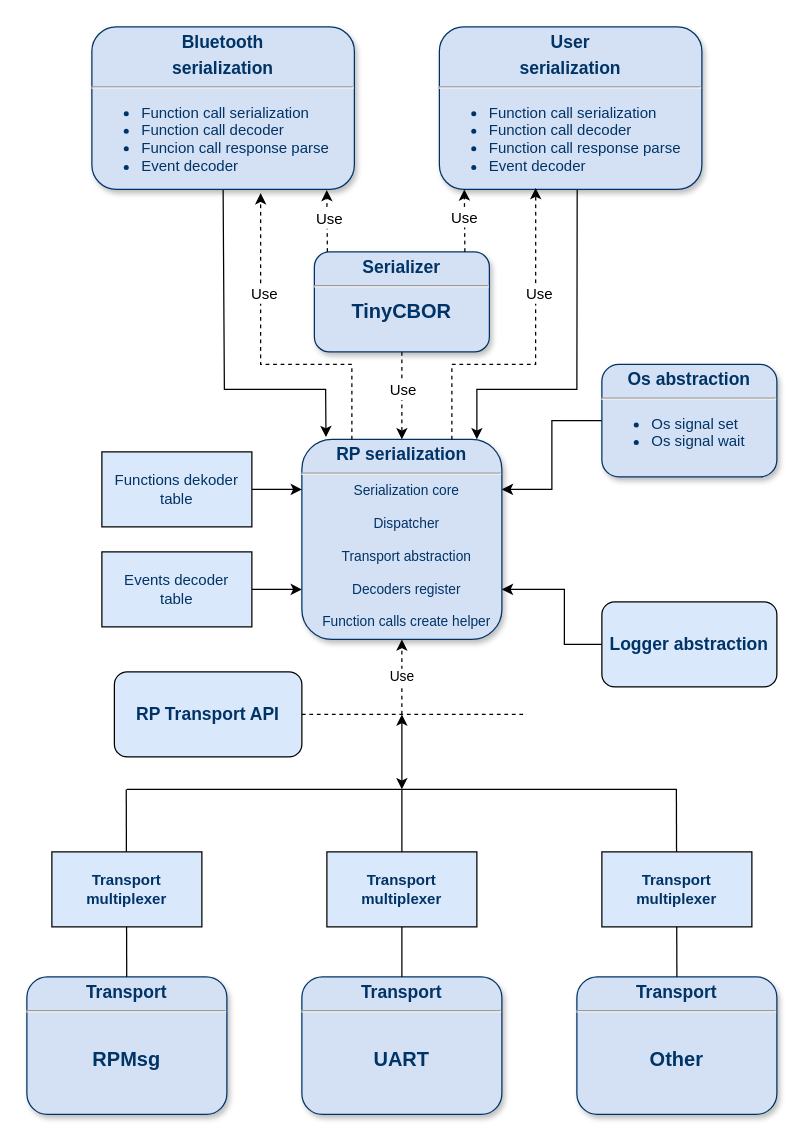
Above: Serialization diagram.drawio in doki-nordic/draw.io (draw.io), before the change. Source tidied: cells renumbered, new cells numbered last; positions are measured from the earlier drawing's top-left corner, leaving out a move shared by most shapes. Both pictures are drawn from the tidied source at 125%, with x=0, y=0 at pixel (26, 26).
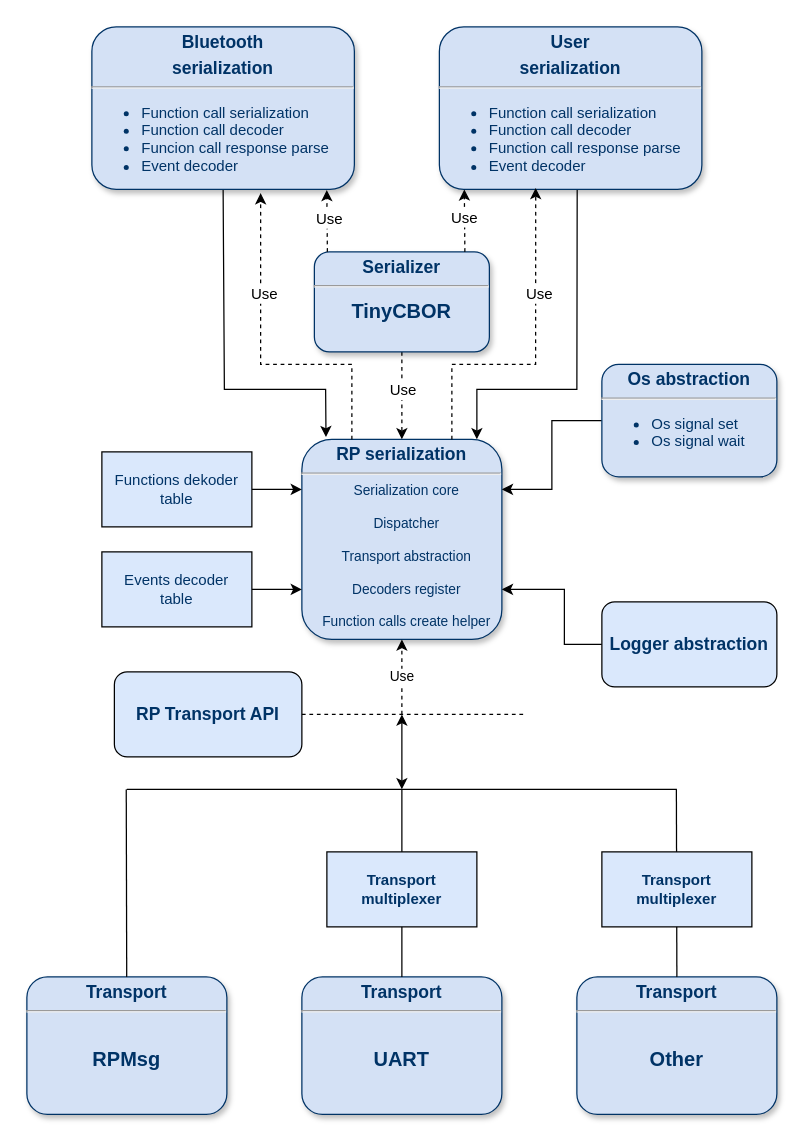
The same diagram, later.

What changed in the source:
```diff
@@
-    <mxCell id="36" value="&lt;font color=&quot;#003366&quot;&gt;&lt;b&gt;Transport multiplexer&lt;/b&gt;&lt;/font&gt;" style="rounded=0;whiteSpace=wrap;html=1;fillColor=#dae8fc;strokeColor=#000000;" parent="1" vertex="1">
-      <mxGeometry x="20" y="660" width="120" height="60" as="geometry" />
-    </mxCell>
```
